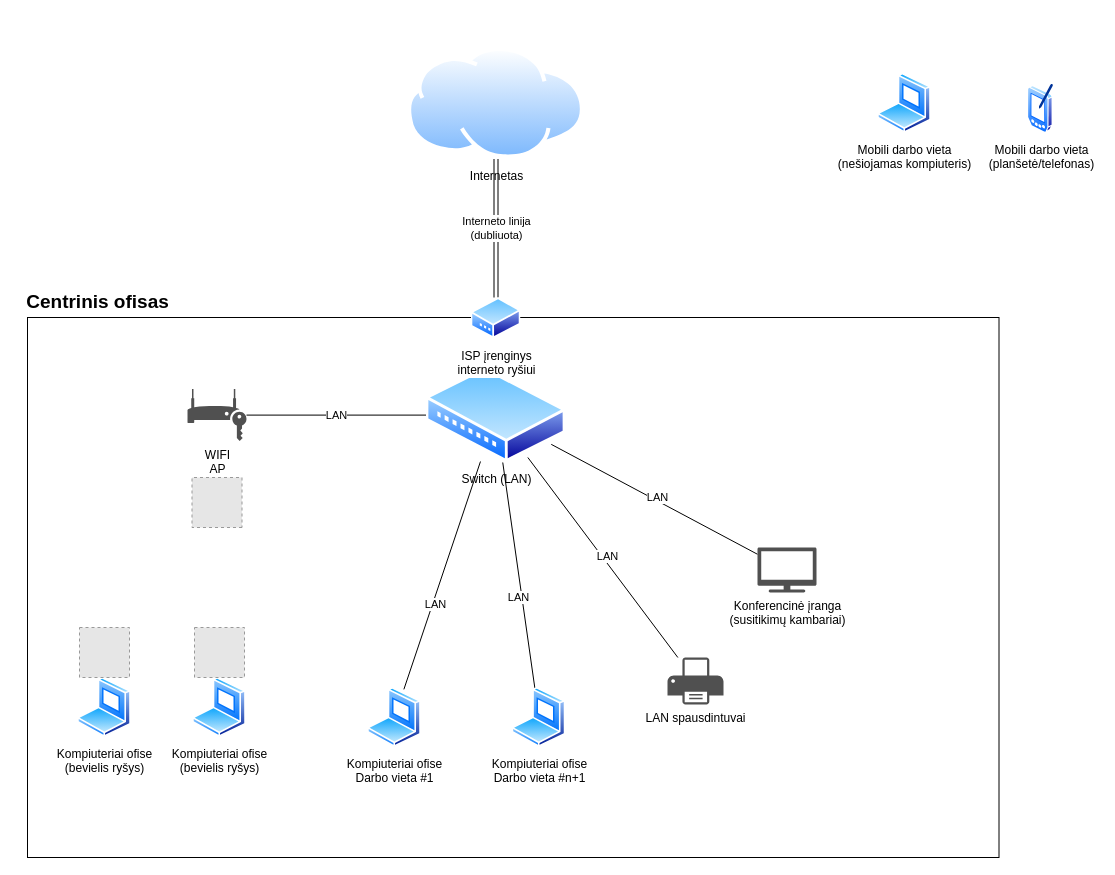
The draw.io diagram Untitled Diagram.drawio in wptheme4me/namudarbai-1, before the edit. Source tidied: cells renumbered, new cells numbered last; positions are measured from the earlier drawing's top-left corner, leaving out a move shared by most shapes. Both pictures are drawn from the tidied source at 100%, with x=0, y=0 at pixel (17, 47). Pictures stored in the file or linked from it are replaced by grey dashed boxes.
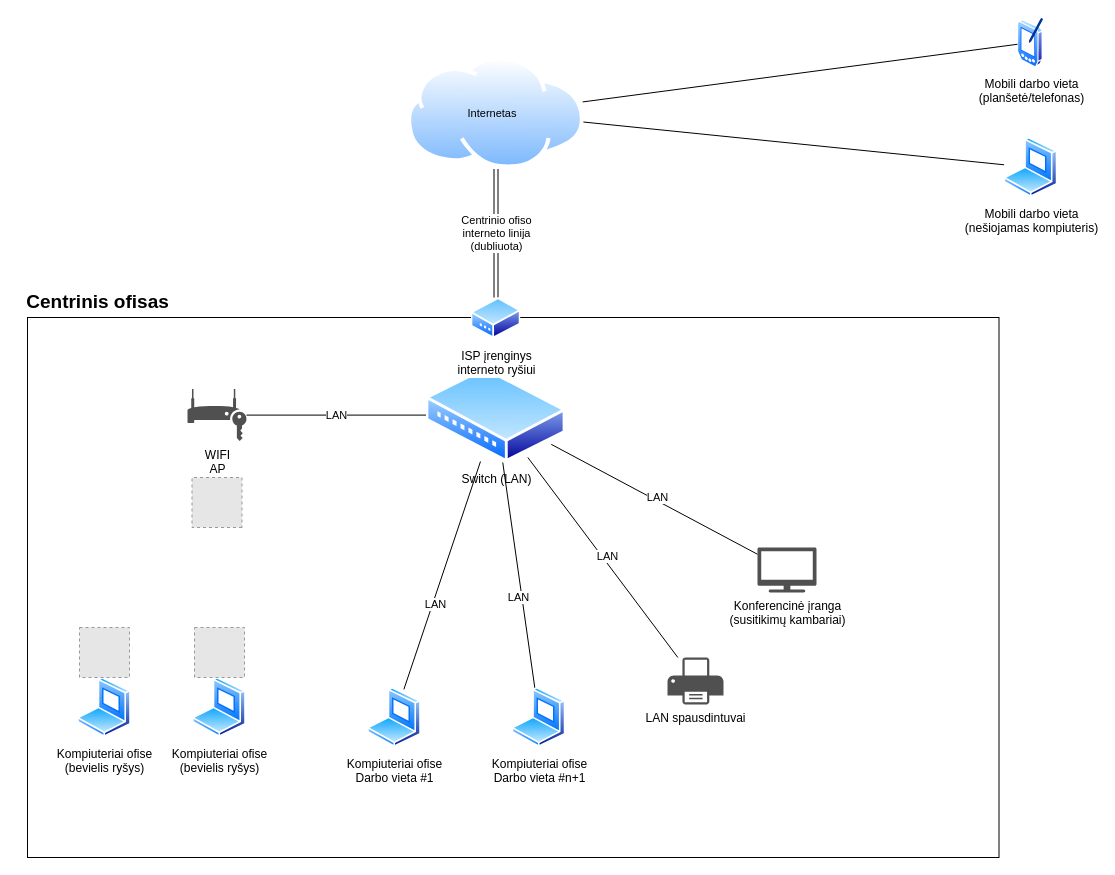
The same diagram, later.

Commit message:
mobilios darbo vietos

The change refers to these unchanged cells:
```xml
<mxCell id="16" value="ISP įrenginys&lt;br&gt;interneto ryšiui" style="perimeter=ellipsePerimeter;html=1;align=center;shadow=0;dashed=0;spacingTop=3;image;image=img/lib/active_directory/modem.svg;" parent="1" vertex="1">
  <mxGeometry x="453.5" y="250" width="50" height="41.5" as="geometry" />
</mxCell>
```

The edit, as a diff of the source:
```diff
@@
-    <mxCell id="2" value="Internetas" style="perimeter=ellipsePerimeter;html=1;align=center;shadow=0;dashed=0;spacingTop=3;image;image=img/lib/active_directory/internet_cloud.svg;" parent="1" vertex="1">
-      <mxGeometry x="390" width="177" height="111.5" as="geometry" />
+    <mxCell id="2" style="perimeter=ellipsePerimeter;align=center;shadow=0;dashed=0;spacingTop=3;image;image=img/lib/active_directory/internet_cloud.svg;html=1;" parent="1" vertex="1">
+      <mxGeometry x="390" y="10" width="177" height="111.5" as="geometry" />
     </mxCell>
     <mxCell id="3" value="Mobili darbo vieta&lt;br&gt;(nešiojamas kompiuteris)" style="perimeter=ellipsePerimeter;html=1;align=center;shadow=0;dashed=0;spacingTop=3;image;image=img/lib/active_directory/laptop_client.svg;" parent="1" vertex="1">
-      <mxGeometry x="860" y="25.8" width="54" height="60" as="geometry" />
+      <mxGeometry x="986.5" y="90" width="54" height="60" as="geometry" />
     </mxCell>
     <mxCell id="4" value="Mobili darbo vieta&lt;br&gt;(planšetė/telefonas)" style="perimeter=ellipsePerimeter;html=1;align=center;shadow=0;dashed=0;spacingTop=3;image;image=img/lib/active_directory/pda.svg;" parent="1" vertex="1">
-      <mxGeometry x="1010" y="35.8" width="27" height="50" as="geometry" />
+      <mxGeometry x="1000" y="-30" width="27" height="50" as="geometry" />
     </mxCell>
-    <mxCell id="5" value="Interneto linija&lt;br&gt;(dubliuota)" style="edgeStyle=orthogonalEdgeStyle;rounded=0;jettySize=auto;html=1;startFill=0;endArrow=none;endFill=0;strokeColor=#000000;shape=link;" parent="1" edge="1" source="16" target="2">
+    <mxCell id="5" value="Centrinio ofiso &lt;br&gt;interneto linija&lt;br&gt;(dubliuota)" style="edgeStyle=orthogonalEdgeStyle;rounded=0;jettySize=auto;html=1;startFill=0;endArrow=none;endFill=0;strokeColor=#000000;shape=link;" parent="1" edge="1" source="16" target="2">
       <mxGeometry relative="1" as="geometry" />
     </mxCell>
@@
+    <mxCell id="28" style="endArrow=none;html=1;strokeColor=#000000;fontSize=11;" parent="1" edge="1" source="2" target="4">
+      <mxGeometry relative="1" as="geometry" />
+    </mxCell>
+    <mxCell id="29" style="endArrow=none;html=1;strokeColor=#000000;fontSize=11;" parent="1" edge="1" source="2" target="3">
+      <mxGeometry relative="1" as="geometry" />
+    </mxCell>
+    <mxCell id="30" value="Internetas" style="text;html=1;strokeColor=none;fillColor=none;align=center;verticalAlign=middle;whiteSpace=wrap;rounded=0;fontSize=11;" parent="1" vertex="1">
+      <mxGeometry x="454.5" y="55.8" width="40" height="20" as="geometry" />
+    </mxCell>
```
